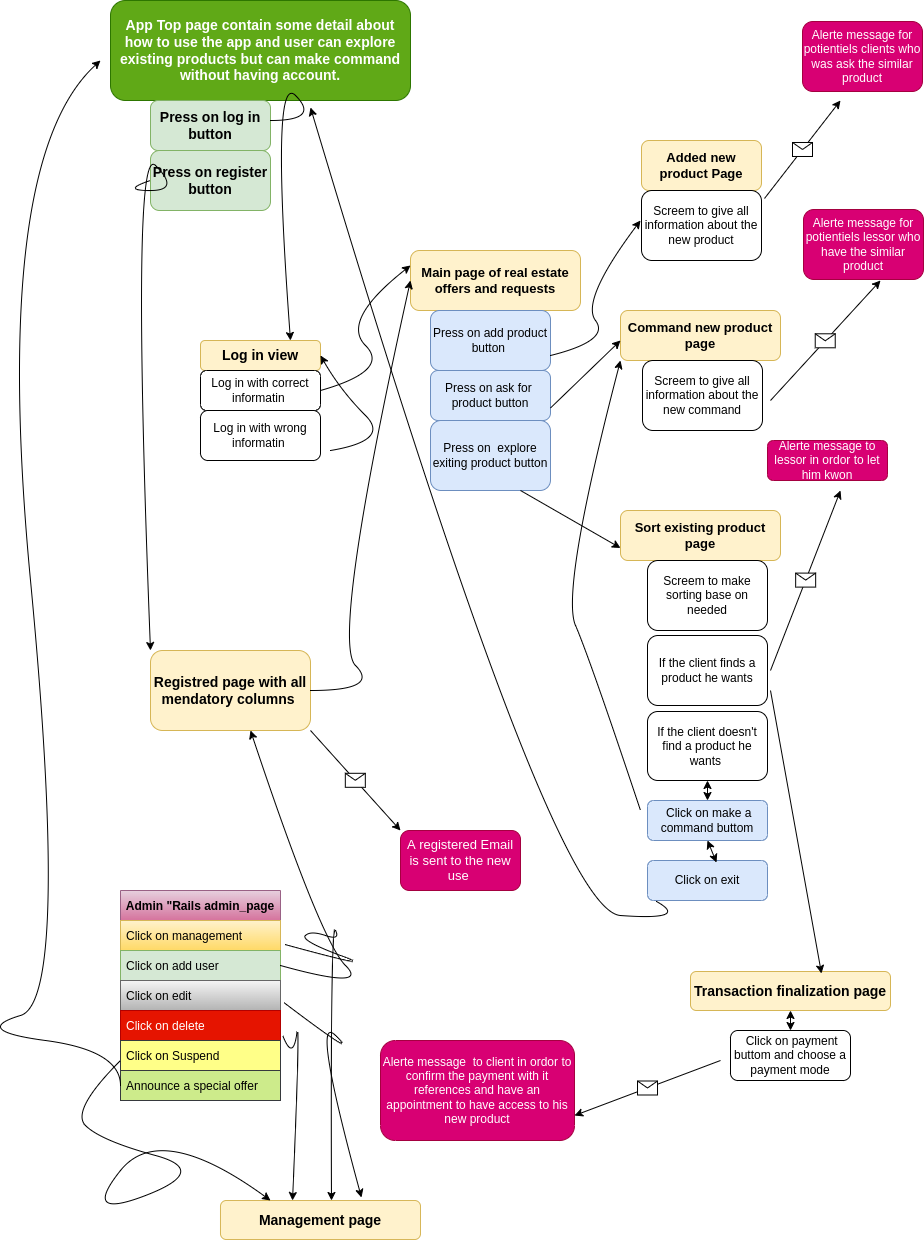
The draw.io diagram public/Transition.png in IBRAHIMA8/Transimo, before a commit. Source tidied: cells renumbered, new cells last; positions are measured from the earlier drawing's top-left corner, leaving out a move shared by most shapes.
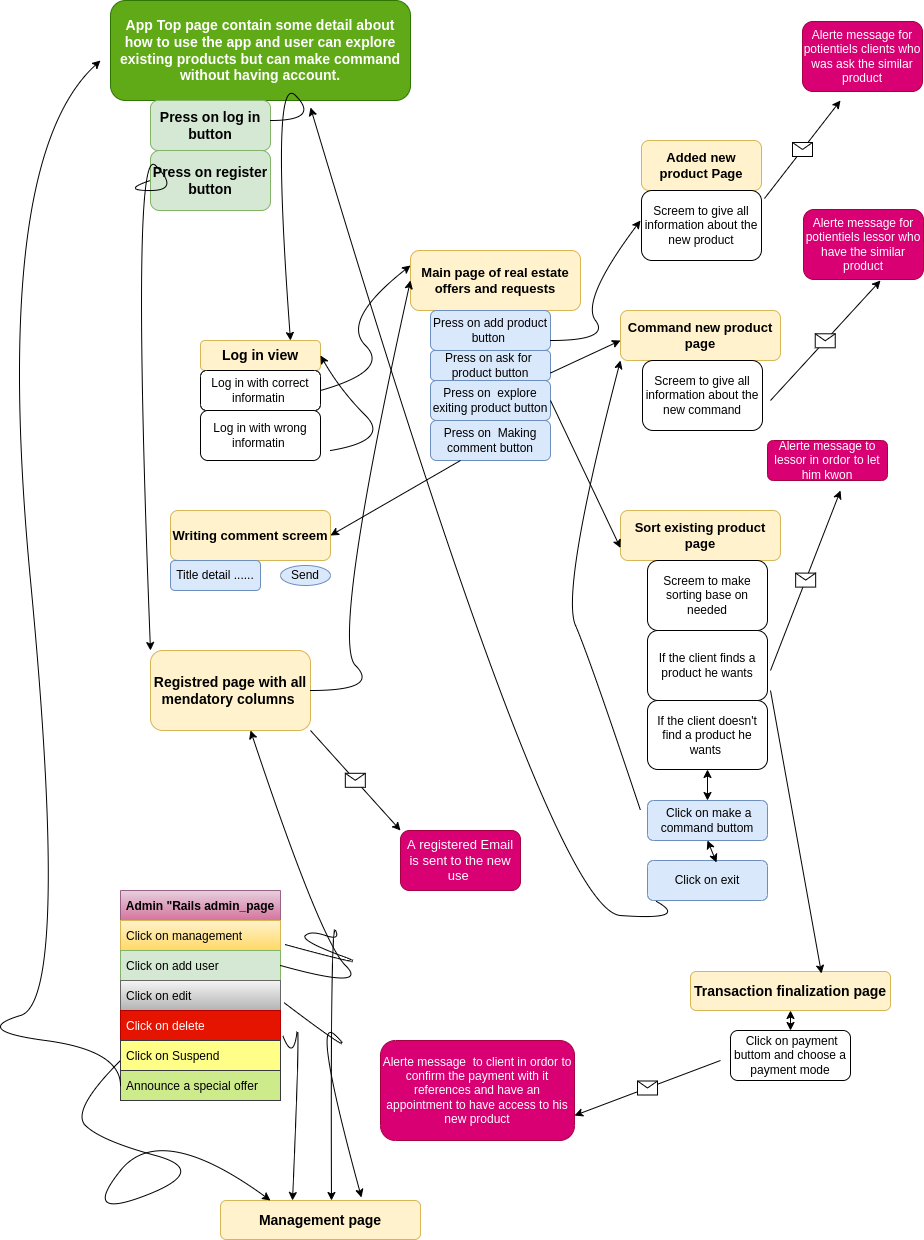
Above is the later version.

The edit, as a diff of the source:
```diff
@@ -27,13 +27,13 @@
       <mxGeometry x="440" y="250" width="170" height="60" as="geometry" />
     </mxCell>
     <mxCell id="10" value="Press on add product button&amp;nbsp;" style="rounded=1;whiteSpace=wrap;html=1;fillColor=#dae8fc;strokeColor=#6c8ebf;" parent="1" vertex="1">
-      <mxGeometry x="460" y="310" width="120" height="60" as="geometry" />
+      <mxGeometry x="460" y="310" width="120" height="40" as="geometry" />
     </mxCell>
     <mxCell id="11" value="Press on ask for&amp;nbsp; product button" style="rounded=1;whiteSpace=wrap;html=1;fillColor=#dae8fc;strokeColor=#6c8ebf;" parent="1" vertex="1">
-      <mxGeometry x="460" y="370" width="120" height="50" as="geometry" />
+      <mxGeometry x="460" y="350" width="120" height="30" as="geometry" />
     </mxCell>
     <mxCell id="12" value="Press on&amp;nbsp; explore exiting product button" style="rounded=1;whiteSpace=wrap;html=1;fillColor=#dae8fc;strokeColor=#6c8ebf;" parent="1" vertex="1">
-      <mxGeometry x="460" y="420" width="120" height="70" as="geometry" />
+      <mxGeometry x="460" y="380" width="120" height="40" as="geometry" />
     </mxCell>
     <mxCell id="13" value="&lt;font style=&quot;font-size: 13px&quot;&gt;A registered Email is sent to the new use&amp;nbsp;&lt;/font&gt;" style="rounded=1;whiteSpace=wrap;html=1;fillColor=#d80073;fontColor=#ffffff;strokeColor=#A50040;" parent="1" vertex="1">
       <mxGeometry x="430" y="830" width="120" height="60" as="geometry" />
@@ -101,10 +101,10 @@
       <mxGeometry x="677" y="560" width="120" height="70" as="geometry" />
     </mxCell>
     <mxCell id="25" value="If the client doesn't find a product he wants&amp;nbsp;" style="rounded=1;whiteSpace=wrap;html=1;" parent="1" vertex="1">
-      <mxGeometry x="677" y="711" width="120" height="69" as="geometry" />
+      <mxGeometry x="677" y="700" width="120" height="69" as="geometry" />
     </mxCell>
     <mxCell id="26" value="If the client finds a product he wants" style="rounded=1;whiteSpace=wrap;html=1;" parent="1" vertex="1">
-      <mxGeometry x="677" y="635" width="120" height="70" as="geometry" />
+      <mxGeometry x="677" y="630" width="120" height="70" as="geometry" />
     </mxCell>
     <mxCell id="27" value="Alerte message for potientiels clients who was ask the similar product" style="rounded=1;whiteSpace=wrap;html=1;fillColor=#d80073;fontColor=#ffffff;strokeColor=#A50040;" parent="1" vertex="1">
       <mxGeometry x="832" y="21" width="120" height="70" as="geometry" />
@@ -129,7 +129,7 @@
         <mxPoint x="650" y="340" as="targetPoint" />
       </mxGeometry>
     </mxCell>
-    <mxCell id="32" style="endArrow=classic;html=1;rounded=0;fontSize=13;elbow=vertical;entryX=0;entryY=0.75;entryDx=0;entryDy=0;exitX=0.75;exitY=1;exitDx=0;exitDy=0;" parent="1" edge="1" source="12" target="23">
+    <mxCell id="32" style="endArrow=classic;html=1;rounded=0;fontSize=13;elbow=vertical;entryX=0;entryY=0.75;entryDx=0;entryDy=0;exitX=1;exitY=0.5;exitDx=0;exitDy=0;" parent="1" edge="1" source="12" target="23">
       <mxGeometry relative="1" as="geometry" />
     </mxCell>
     <mxCell id="33" style="curved=1;endArrow=classic;html=1;rounded=0;fontSize=13;elbow=vertical;entryX=0;entryY=1;entryDx=0;entryDy=0;" parent="1" edge="1" target="21">
@@ -313,5 +313,20 @@
         </Array>
       </mxGeometry>
     </mxCell>
+    <mxCell id="68" value="Press on&amp;nbsp; Making comment button" style="rounded=1;whiteSpace=wrap;html=1;fillColor=#dae8fc;strokeColor=#6c8ebf;" parent="1" vertex="1">
+      <mxGeometry x="460" y="420" width="120" height="40" as="geometry" />
+    </mxCell>
+    <mxCell id="69" value="&lt;span style=&quot;font-size: 13px;&quot;&gt;&lt;b&gt;Writing comment screem&lt;/b&gt;&lt;/span&gt;" style="rounded=1;whiteSpace=wrap;html=1;fillColor=#fff2cc;strokeColor=#d6b656;" parent="1" vertex="1">
+      <mxGeometry x="200" y="510" width="160" height="50" as="geometry" />
+    </mxCell>
+    <mxCell id="70" style="endArrow=classic;html=1;rounded=0;fontSize=13;elbow=vertical;entryX=1;entryY=0.5;entryDx=0;entryDy=0;exitX=0.25;exitY=1;exitDx=0;exitDy=0;" parent="1" edge="1" source="68" target="69">
+      <mxGeometry relative="1" as="geometry" />
+    </mxCell>
+    <mxCell id="71" value="Title detail ......" style="rounded=1;whiteSpace=wrap;html=1;fillColor=#dae8fc;strokeColor=#6c8ebf;" parent="1" vertex="1">
+      <mxGeometry x="200" y="560" width="90" height="30" as="geometry" />
+    </mxCell>
+    <mxCell id="72" value="Send" style="ellipse;whiteSpace=wrap;html=1;fillColor=#dae8fc;strokeColor=#6c8ebf;rounded=1;" parent="1" vertex="1">
+      <mxGeometry x="310" y="565" width="50" height="20" as="geometry" />
+    </mxCell>
   </root>
 </mxGraphModel>
```
